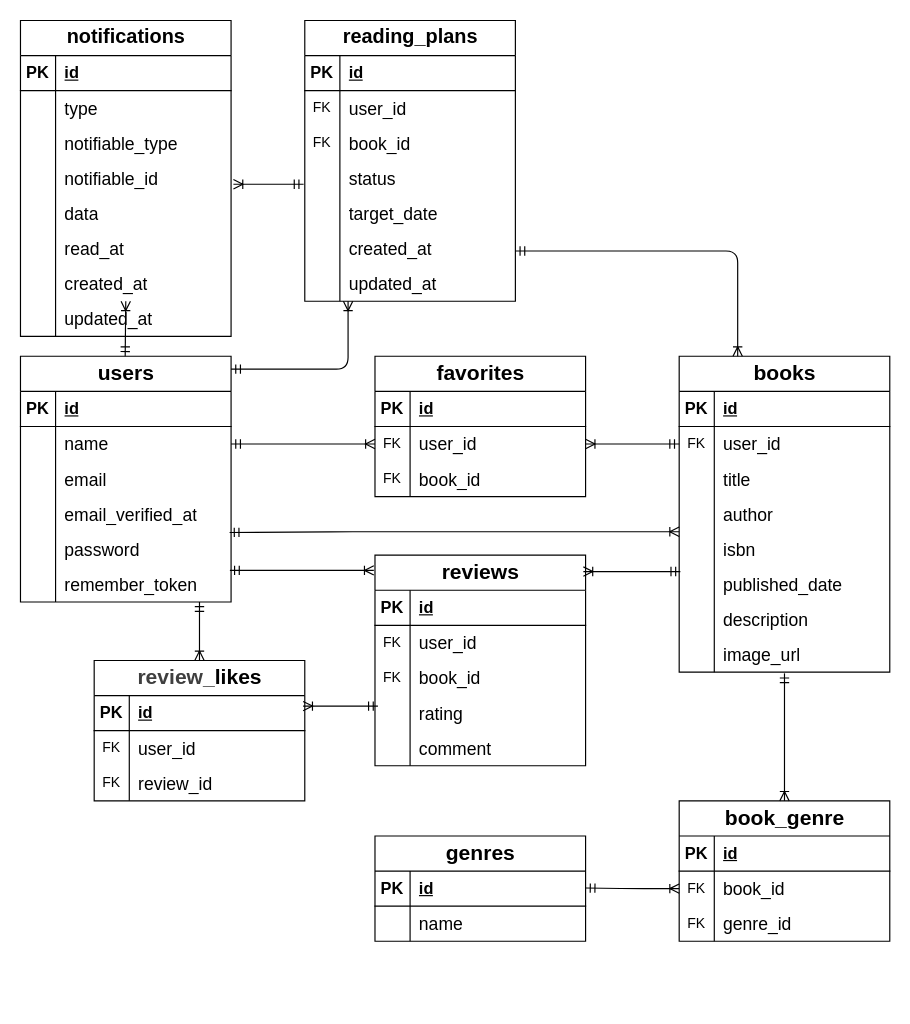
Earlier version of the draw.io diagram ER図.drawio.png.drawio (daiki-oishi-0206/bookshelf-app). Source tidied: cells renumbered, new cells numbered last; positions are measured from the earlier drawing's top-left corner, leaving out a move shared by most shapes. Both pictures are drawn from the tidied source at 117%, with x=0, y=0 at pixel (20, 20).
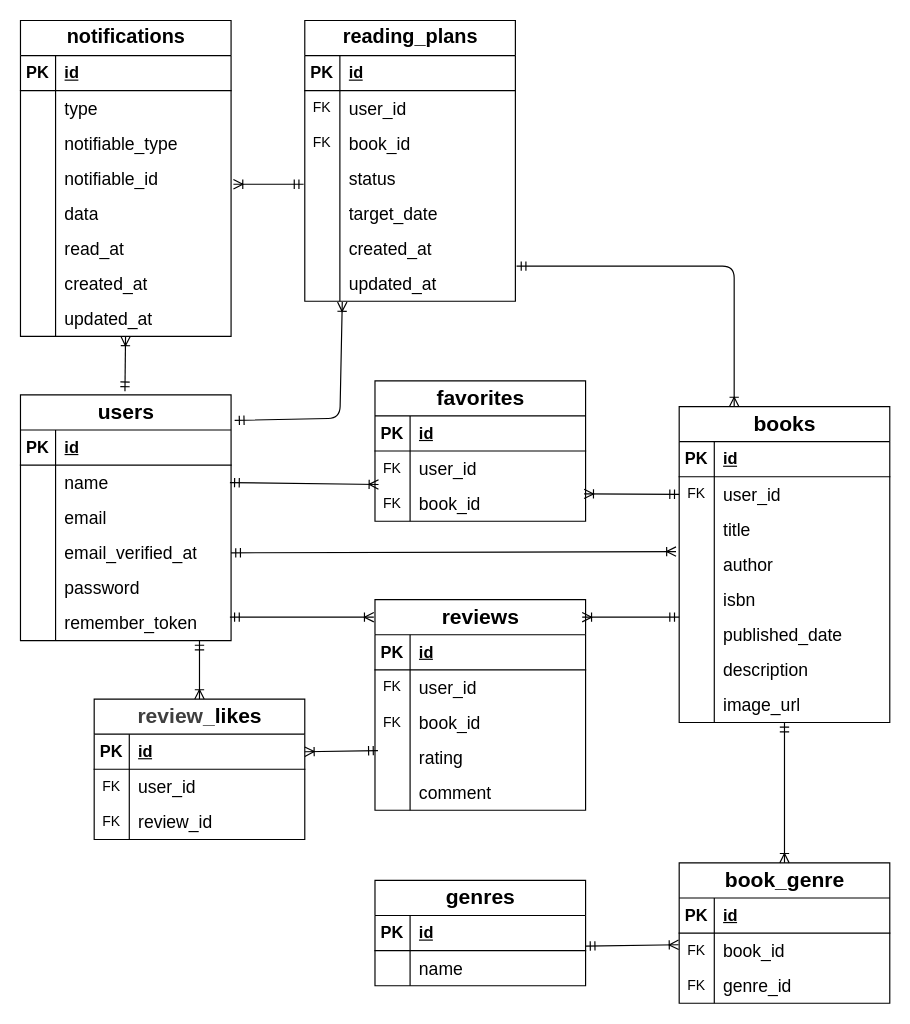
The same page after the edit.

The change refers to these unchanged cells:
```xml
<mxCell id="6" style="shape=tableRow;horizontal=0;startSize=0;swimlaneHead=0;swimlaneBody=0;fillColor=none;points=[[0,0.5],[1,0.5]];portConstraint=eastwest;top=0;left=0;right=0;bottom=0;" parent="2" vertex="1">
  <mxGeometry y="60" width="180" height="30" as="geometry" />
</mxCell>
<mxCell id="12" style="shape=tableRow;horizontal=0;startSize=0;swimlaneHead=0;swimlaneBody=0;fillColor=none;points=[[0,0.5],[1,0.5]];portConstraint=eastwest;top=0;left=0;right=0;bottom=0;" parent="2" vertex="1">
  <mxGeometry y="120" width="180" height="30" as="geometry" />
</mxCell>
<mxCell id="25" style="shape=tableRow;horizontal=0;startSize=0;swimlaneHead=0;swimlaneBody=0;fillColor=none;points=[[0,0.5],[1,0.5]];portConstraint=eastwest;top=0;left=0;right=0;bottom=0;" parent="21" vertex="1">
  <mxGeometry y="60" width="180" height="30" as="geometry" />
</mxCell>
<mxCell id="31" style="shape=tableRow;horizontal=0;startSize=0;swimlaneHead=0;swimlaneBody=0;fillColor=none;points=[[0,0.5],[1,0.5]];portConstraint=eastwest;top=0;left=0;right=0;bottom=0;" parent="21" vertex="1">
  <mxGeometry y="120" width="180" height="30" as="geometry" />
</mxCell>
<mxCell id="63" style="shape=tableRow;horizontal=0;startSize=0;swimlaneHead=0;swimlaneBody=0;fillColor=none;points=[[0,0.5],[1,0.5]];portConstraint=eastwest;top=0;left=0;right=0;bottom=0;" parent="53" vertex="1">
  <mxGeometry y="120" width="180" height="30" as="geometry" />
</mxCell>
<mxCell id="73" style="shape=tableRow;horizontal=0;startSize=0;swimlaneHead=0;swimlaneBody=0;fillColor=none;points=[[0,0.5],[1,0.5]];portConstraint=eastwest;top=0;left=0;right=0;bottom=0;" parent="69" vertex="1">
  <mxGeometry y="60" width="180" height="30" as="geometry" />
</mxCell>
<mxCell id="76" style="shape=tableRow;horizontal=0;startSize=0;swimlaneHead=0;swimlaneBody=0;fillColor=none;points=[[0,0.5],[1,0.5]];portConstraint=eastwest;top=0;left=0;right=0;bottom=0;" parent="69" vertex="1">
  <mxGeometry y="90" width="180" height="30" as="geometry" />
</mxCell>
<mxCell id="80" style="shape=tableRow;horizontal=0;startSize=0;swimlaneHead=0;swimlaneBody=0;fillColor=none;points=[[0,0.5],[1,0.5]];portConstraint=eastwest;top=0;left=0;right=0;bottom=1;" parent="79" vertex="1">
  <mxGeometry y="30" width="180" height="30" as="geometry" />
</mxCell>
<mxCell id="93" style="shape=tableRow;horizontal=0;startSize=0;swimlaneHead=0;swimlaneBody=0;fillColor=none;points=[[0,0.5],[1,0.5]];portConstraint=eastwest;top=0;left=0;right=0;bottom=0;" parent="89" vertex="1">
  <mxGeometry y="60" width="180" height="30" as="geometry" />
</mxCell>
<mxCell id="126" style="shape=tableRow;horizontal=0;startSize=0;swimlaneHead=0;swimlaneBody=0;fillColor=none;points=[[0,0.5],[1,0.5]];portConstraint=eastwest;top=0;left=0;right=0;bottom=0;" parent="107" vertex="1">
  <mxGeometry y="210" width="180" height="30" as="geometry" />
</mxCell>
```

What changed in the source:
```diff
@@
     <mxCell id="2" value="&lt;font style=&quot;font-size: 18px;&quot;&gt;users&lt;/font&gt;" style="shape=table;startSize=30;childLayout=tableLayout;rowLines=0;fontStyle=1;align=center;html=1;fontSize=17;" parent="1" vertex="1">
-      <mxGeometry y="287" width="180" height="210" as="geometry" />
+      <mxGeometry y="320" width="180" height="210" as="geometry" />
     </mxCell>
@@
     <mxCell id="21" value="&lt;font style=&quot;font-size: 18px;&quot;&gt;books&lt;/font&gt;" style="shape=table;startSize=30;childLayout=tableLayout;rowLines=0;fontStyle=1;align=center;html=1;fontSize=17;" parent="1" vertex="1">
-      <mxGeometry x="563" y="287" width="180" height="270" as="geometry" />
+      <mxGeometry x="563" y="330" width="180" height="270" as="geometry" />
     </mxCell>
@@
     <mxCell id="46" value="&lt;font style=&quot;font-size: 18px;&quot;&gt;genres&lt;/font&gt;" style="shape=table;startSize=30;childLayout=tableLayout;rowLines=0;fontStyle=1;align=center;html=1;fontSize=17;" parent="1" vertex="1">
-      <mxGeometry x="303" y="697" width="180" height="90" as="geometry" />
+      <mxGeometry x="303" y="735" width="180" height="90" as="geometry" />
     </mxCell>
@@
     <mxCell id="53" value="&lt;font style=&quot;font-size: 18px;&quot;&gt;reviews&lt;/font&gt;" style="shape=table;startSize=30;childLayout=tableLayout;rowLines=0;fontStyle=1;align=center;html=1;fontSize=17;" parent="1" vertex="1">
-      <mxGeometry x="303" y="457" width="180" height="180" as="geometry" />
+      <mxGeometry x="303" y="495" width="180" height="180" as="geometry" />
     </mxCell>
@@
     <mxCell id="69" value="&lt;font style=&quot;font-size: 18px;&quot;&gt;favorites&lt;/font&gt;" style="shape=table;startSize=30;childLayout=tableLayout;rowLines=0;fontStyle=1;align=center;html=1;fontSize=17;" parent="1" vertex="1">
-      <mxGeometry x="303" y="287" width="180" height="120" as="geometry" />
+      <mxGeometry x="303" y="308" width="180" height="120" as="geometry" />
     </mxCell>
@@
     <mxCell id="79" value="&lt;font style=&quot;font-size: 18px;&quot;&gt;&lt;span style=&quot;color: rgb(63, 63, 63);&quot;&gt;review_&lt;/span&gt;likes&lt;/font&gt;" style="shape=table;startSize=30;childLayout=tableLayout;rowLines=0;fontStyle=1;align=center;html=1;fontSize=17;" parent="1" vertex="1">
-      <mxGeometry x="63" y="547" width="180" height="120" as="geometry" />
+      <mxGeometry x="63" y="580" width="180" height="120" as="geometry" />
     </mxCell>
@@
     <mxCell id="89" value="&lt;font style=&quot;font-size: 18px;&quot;&gt;book_genre&lt;/font&gt;" style="shape=table;startSize=30;childLayout=tableLayout;rowLines=0;fontStyle=1;align=center;html=1;fontSize=17;" parent="1" vertex="1">
-      <mxGeometry x="563" y="667" width="180" height="120" as="geometry" />
+      <mxGeometry x="563" y="720" width="180" height="120" as="geometry" />
     </mxCell>
@@
     <mxCell id="99" style="fontSize=12;html=1;endArrow=ERoneToMany;startArrow=ERmandOne;entryX=0.5;entryY=0;entryDx=0;entryDy=0;" parent="1" edge="1" target="79">
       <mxGeometry relative="1" as="geometry">
-        <mxPoint x="153" y="497" as="sourcePoint" />
+        <mxPoint x="153" y="530" as="sourcePoint" />
+        <Array as="points">
+          <mxPoint x="153" y="530" />
+        </Array>
       </mxGeometry>
     </mxCell>
-    <mxCell id="100" style="fontSize=12;html=1;endArrow=ERoneToMany;startArrow=ERmandOne;entryX=0;entryY=0.5;entryDx=0;entryDy=0;exitX=1;exitY=0.5;exitDx=0;exitDy=0;" parent="1" edge="1" source="6" target="73">
-      <mxGeometry relative="1" as="geometry" />
+    <mxCell id="100" style="fontSize=12;html=1;endArrow=ERoneToMany;startArrow=ERmandOne;entryX=0.022;entryY=0.953;entryDx=0;entryDy=0;exitX=1;exitY=0.5;exitDx=0;exitDy=0;entryPerimeter=0;" parent="1" edge="1">
+      <mxGeometry relative="1" as="geometry">
+        <mxPoint x="179" y="395" as="sourcePoint" />
+        <mxPoint x="306" y="396.6" as="targetPoint" />
+      </mxGeometry>
     </mxCell>
     <mxCell id="101" style="fontSize=12;html=1;endArrow=ERoneToMany;startArrow=ERmandOne;entryX=0.984;entryY=0.267;entryDx=0;entryDy=0;entryPerimeter=0;" parent="1" edge="1">
       <mxGeometry relative="1" as="geometry">
-        <mxPoint x="564" y="471" as="sourcePoint" />
-        <mxPoint x="481.1" y="471" as="targetPoint" />
+        <mxPoint x="563" y="510" as="sourcePoint" />
+        <mxPoint x="480.1" y="510" as="targetPoint" />
       </mxGeometry>
     </mxCell>
-    <mxCell id="102" style="fontSize=12;html=1;endArrow=ERoneToMany;startArrow=ERmandOne;entryX=0;entryY=0.5;entryDx=0;entryDy=0;exitX=1;exitY=0.5;exitDx=0;exitDy=0;" parent="1" edge="1" target="93">
+    <mxCell id="102" style="fontSize=12;html=1;endArrow=ERoneToMany;startArrow=ERmandOne;entryX=0;entryY=0.5;entryDx=0;entryDy=0;exitX=1.003;exitY=1.036;exitDx=0;exitDy=0;exitPerimeter=0;" parent="1" edge="1">
       <mxGeometry relative="1" as="geometry">
-        <mxPoint x="483" y="741.5" as="sourcePoint" />
-        <Array as="points">
-          <mxPoint x="523" y="742" />
-        </Array>
+        <mxPoint x="483" y="791.1" as="sourcePoint" />
+        <mxPoint x="562.5" y="790" as="targetPoint" />
       </mxGeometry>
     </mxCell>
-    <mxCell id="103" style="fontSize=12;html=1;endArrow=ERoneToMany;startArrow=ERmandOne;entryX=1;entryY=0.5;entryDx=0;entryDy=0;exitX=0;exitY=0.5;exitDx=0;exitDy=0;" parent="1" edge="1" source="25" target="73">
-      <mxGeometry relative="1" as="geometry">
-        <Array as="points">
-          <mxPoint x="513" y="362" />
-        </Array>
-      </mxGeometry>
+    <mxCell id="103" style="fontSize=12;html=1;endArrow=ERoneToMany;startArrow=ERmandOne;entryX=0.993;entryY=0.22;entryDx=0;entryDy=0;exitX=0;exitY=0.5;exitDx=0;exitDy=0;entryPerimeter=0;" parent="1" edge="1" source="25" target="76">
+      <mxGeometry relative="1" as="geometry" />
     </mxCell>
     <mxCell id="104" style="fontSize=12;html=1;endArrow=ERoneToMany;startArrow=ERmandOne;entryX=0.5;entryY=0;entryDx=0;entryDy=0;" parent="1" edge="1" target="89">
       <mxGeometry relative="1" as="geometry">
-        <mxPoint x="653" y="558" as="sourcePoint" />
+        <mxPoint x="653" y="600" as="sourcePoint" />
       </mxGeometry>
     </mxCell>
-    <mxCell id="105" style="fontSize=12;html=1;endArrow=ERoneToMany;startArrow=ERmandOne;exitX=0.014;exitY=0.3;exitDx=0;exitDy=0;entryX=0.992;entryY=0.3;entryDx=0;entryDy=0;entryPerimeter=0;exitPerimeter=0;" parent="1" edge="1" source="63" target="80">
-      <mxGeometry relative="1" as="geometry">
-        <Array as="points">
-          <mxPoint x="273" y="586" />
-        </Array>
-      </mxGeometry>
+    <mxCell id="105" style="fontSize=12;html=1;endArrow=ERoneToMany;startArrow=ERmandOne;exitX=0.014;exitY=0.3;exitDx=0;exitDy=0;entryX=1;entryY=0.5;entryDx=0;entryDy=0;exitPerimeter=0;" parent="1" edge="1" source="63" target="80">
+      <mxGeometry relative="1" as="geometry" />
     </mxCell>
-    <mxCell id="106" style="fontSize=12;html=1;endArrow=ERoneToMany;startArrow=ERmandOne;exitX=0.993;exitY=1.02;exitDx=0;exitDy=0;exitPerimeter=0;" parent="1" edge="1" source="12">
-      <mxGeometry relative="1" as="geometry">
-        <mxPoint x="563" y="437" as="targetPoint" />
-        <Array as="points">
-          <mxPoint x="274" y="437" />
-        </Array>
-      </mxGeometry>
+    <mxCell id="106" style="fontSize=12;html=1;endArrow=ERoneToMany;startArrow=ERmandOne;exitX=1;exitY=0.5;exitDx=0;exitDy=0;entryX=-0.015;entryY=0.131;entryDx=0;entryDy=0;entryPerimeter=0;" parent="1" edge="1" source="12" target="31">
+      <mxGeometry relative="1" as="geometry" />
     </mxCell>
@@
     <mxCell id="154" style="fontSize=12;html=1;endArrow=ERoneToMany;startArrow=ERmandOne;entryX=0;entryY=0.5;entryDx=0;entryDy=0;exitX=1;exitY=0.5;exitDx=0;exitDy=0;" parent="1" edge="1">
       <mxGeometry relative="1" as="geometry">
-        <mxPoint x="179" y="470" as="sourcePoint" />
-        <mxPoint x="302" y="470" as="targetPoint" />
+        <mxPoint x="179" y="510" as="sourcePoint" />
+        <mxPoint x="302" y="510" as="targetPoint" />
       </mxGeometry>
     </mxCell>
     <mxCell id="155" style="fontSize=12;html=1;endArrow=ERoneToMany;startArrow=ERmandOne;" parent="1" edge="1">
       <mxGeometry relative="1" as="geometry">
-        <mxPoint x="89.5" y="287" as="sourcePoint" />
-        <mxPoint x="90" y="240" as="targetPoint" />
+        <mxPoint x="89.3" y="317" as="sourcePoint" />
+        <mxPoint x="89.8" y="270" as="targetPoint" />
       </mxGeometry>
     </mxCell>
-    <mxCell id="156" style="fontSize=12;html=1;endArrow=ERoneToMany;startArrow=ERmandOne;exitX=1;exitY=0.5;exitDx=0;exitDy=0;" parent="1" edge="1">
+    <mxCell id="156" style="fontSize=12;html=1;endArrow=ERoneToMany;startArrow=ERmandOne;exitX=1.017;exitY=0.104;exitDx=0;exitDy=0;exitPerimeter=0;entryX=0.178;entryY=1.02;entryDx=0;entryDy=0;entryPerimeter=0;" parent="1" edge="1" source="2" target="126">
       <mxGeometry relative="1" as="geometry">
-        <mxPoint x="180" y="298" as="sourcePoint" />
-        <mxPoint x="280" y="240" as="targetPoint" />
         <Array as="points">
-          <mxPoint x="280" y="298" />
+          <mxPoint x="273" y="340" />
         </Array>
       </mxGeometry>
     </mxCell>
@@
-    <mxCell id="158" style="fontSize=12;html=1;endArrow=ERoneToMany;startArrow=ERmandOne;exitX=1;exitY=0.5;exitDx=0;exitDy=0;" parent="1" edge="1">
+    <mxCell id="158" style="fontSize=12;html=1;endArrow=ERoneToMany;startArrow=ERmandOne;exitX=1.022;exitY=-0.002;exitDx=0;exitDy=0;exitPerimeter=0;" parent="1" edge="1">
       <mxGeometry relative="1" as="geometry">
-        <mxPoint x="423" y="197" as="sourcePoint" />
-        <mxPoint x="613" y="287" as="targetPoint" />
+        <mxPoint x="424" y="209.9" as="sourcePoint" />
+        <mxPoint x="610" y="330" as="targetPoint" />
         <Array as="points">
-          <mxPoint x="613" y="197" />
-          <mxPoint x="613" y="287" />
-          <mxPoint x="613" y="277" />
+          <mxPoint x="610" y="210" />
+          <mxPoint x="610" y="330" />
+          <mxPoint x="610" y="320" />
         </Array>
       </mxGeometry>
     </mxCell>
```
